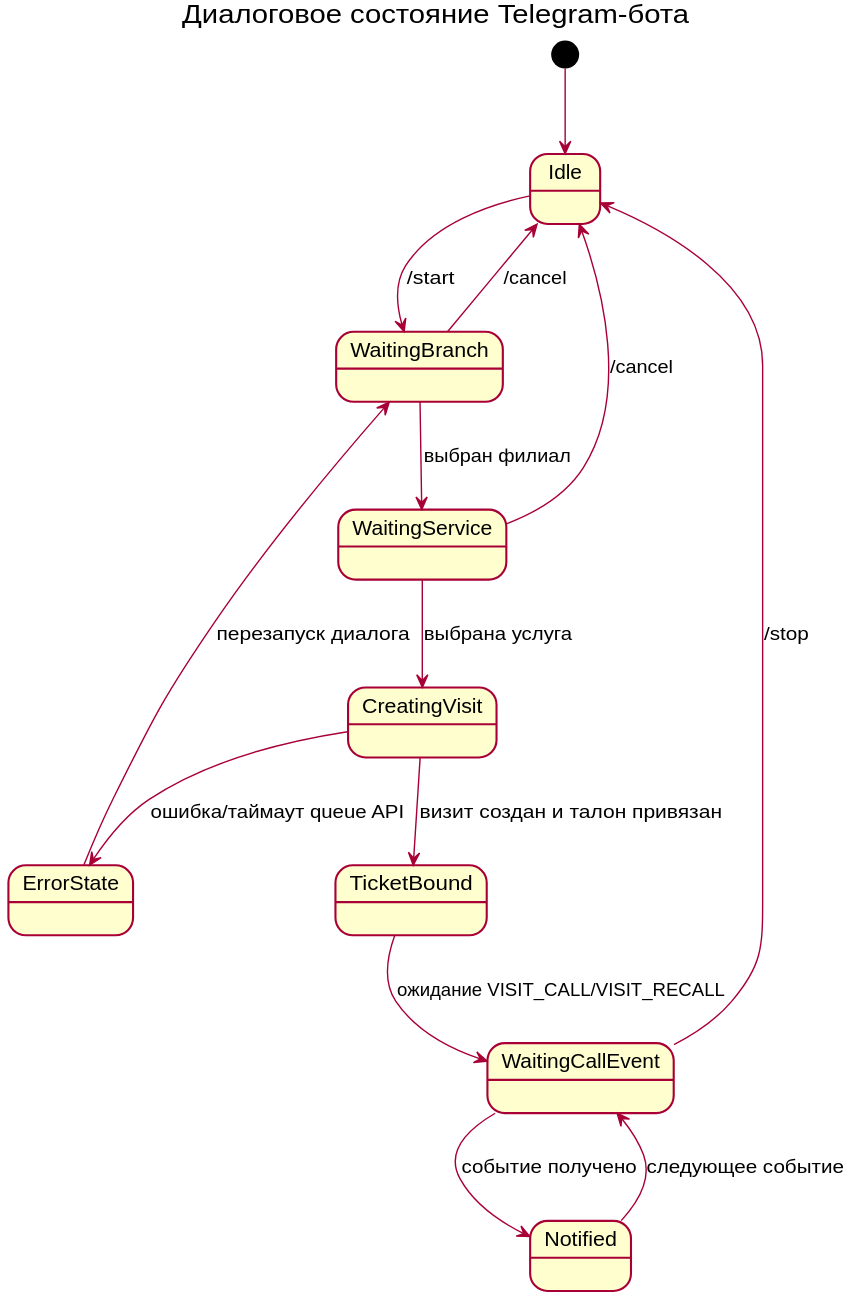
Before: docs/diagrams/dialog-state-machine.svg, a diagram exported from PlantUML (psokolov25/chatBotJava).
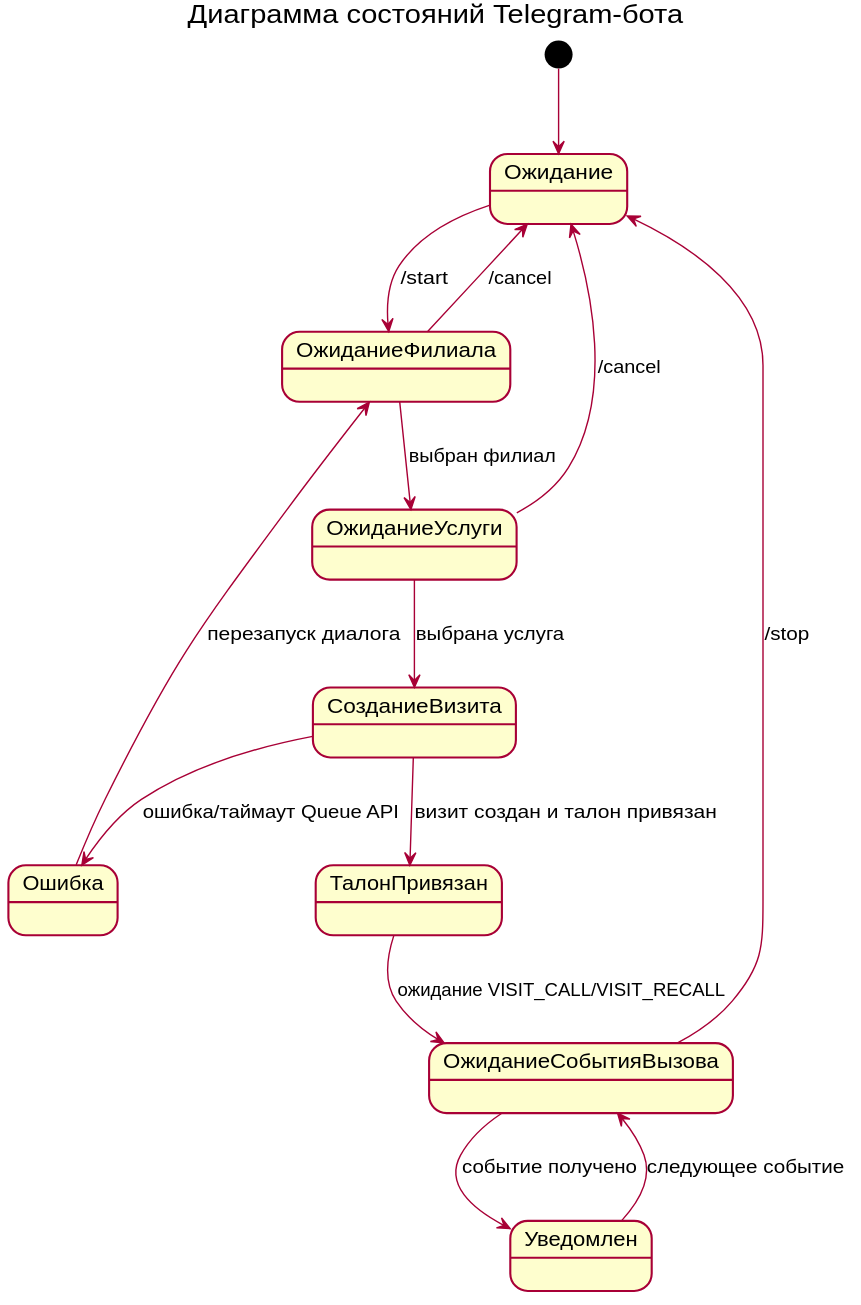
The same file after the commit.

The edit, as a diff of the source:
```diff
@@ -2,25 +2,25 @@
 skinparam backgroundColor #FFFFFF
 skinparam shadowing false
 skinparam roundcorner 12
-title Диалоговое состояние Telegram-бота
+title Диаграмма состояний Telegram-бота
 
-[*] --> Idle
+[*] --> Ожидание
 
-state Idle {
+state Ожидание {
 }
 
-Idle --> WaitingBranch : /start
-WaitingBranch --> WaitingService : выбран филиал
-WaitingService --> CreatingVisit : выбрана услуга
-CreatingVisit --> TicketBound : визит создан и талон привязан
-CreatingVisit --> ErrorState : ошибка/таймаут queue API
+Ожидание --> ОжиданиеФилиала : /start
+ОжиданиеФилиала --> ОжиданиеУслуги : выбран филиал
+ОжиданиеУслуги --> СозданиеВизита : выбрана услуга
+СозданиеВизита --> ТалонПривязан : визит создан и талон привязан
+СозданиеВизита --> Ошибка : ошибка/таймаут Queue API
 
-TicketBound --> WaitingCallEvent : ожидание VISIT_CALL/VISIT_RECALL
-WaitingCallEvent --> Notified : событие получено
-Notified --> WaitingCallEvent : следующее событие
+ТалонПривязан --> ОжиданиеСобытияВызова : ожидание VISIT_CALL/VISIT_RECALL
+ОжиданиеСобытияВызова --> Уведомлен : событие получено
+Уведомлен --> ОжиданиеСобытияВызова : следующее событие
 
-ErrorState --> WaitingBranch : перезапуск диалога
-WaitingBranch --> Idle : /cancel
-WaitingService --> Idle : /cancel
-WaitingCallEvent --> Idle : /stop
+Ошибка --> ОжиданиеФилиала : перезапуск диалога
+ОжиданиеФилиала --> Ожидание : /cancel
+ОжиданиеУслуги --> Ожидание : /cancel
+ОжиданиеСобытияВызова --> Ожидание : /stop
 @enduml
```
